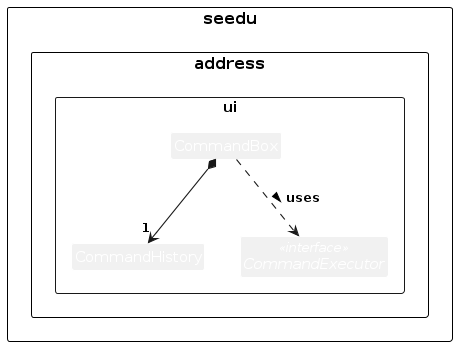
The PlantUML diagram diagrams/CommandHistoryClassDiagram.png in AY2627S1-CS2103-F10-1/tp, before a commit. Its source is kept beside it as diagrams/CommandHistoryClassDiagram.puml. The source it was exported from:
```plantuml
@startuml
!include style.puml
skinparam arrowThickness 1.1
skinparam classAttributeIconSize 0

package "seedu.address.ui" <<Rectangle>> {
    class CommandBox {
        -commandExecutor: CommandExecutor
        -history: CommandHistory
        -draft: Optional<String>
        -commandTextField: TextField
        -handleCommandEntered()
        -handleArrowNavigation(event: KeyEvent)
        -captureDraftIfStartingNavigation()
        -applyHistoryEntry(entry: String)
    }

    class CommandHistory {
        +MAX_ENTRIES: int
        -entries: List<String>
        -cursor: int
        +add(command: String)
        +previous(): Optional<String>
        +next(): Optional<String>
        +getEntries(): List<String>
        +getCursor(): int
    }

    interface CommandExecutor <<interface>> {
        +execute(commandText: String): CommandResult
    }
}

CommandBox *--> "1" CommandHistory
CommandBox ..> CommandExecutor : uses >
@enduml
```
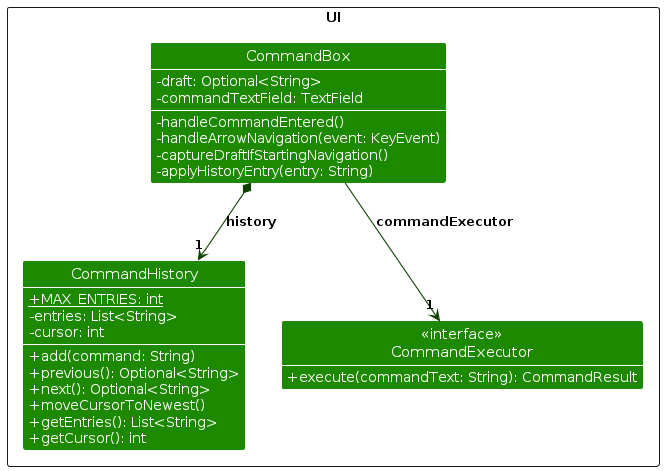
The same diagram one commit later.

What changed in the source:
```diff
@@ -1,36 +1,42 @@
 @startuml
 !include style.puml
 skinparam arrowThickness 1.1
+skinparam arrowColor UI_COLOR_T4
+skinparam classBackgroundColor UI_COLOR
+skinparam classAttributeFontColor #FFFFFF
 skinparam classAttributeIconSize 0
 
-package "seedu.address.ui" <<Rectangle>> {
-    class CommandBox {
-        -commandExecutor: CommandExecutor
-        -history: CommandHistory
-        -draft: Optional<String>
-        -commandTextField: TextField
-        -handleCommandEntered()
-        -handleArrowNavigation(event: KeyEvent)
-        -captureDraftIfStartingNavigation()
-        -applyHistoryEntry(entry: String)
-    }
-
-    class CommandHistory {
-        +MAX_ENTRIES: int
-        -entries: List<String>
-        -cursor: int
-        +add(command: String)
-        +previous(): Optional<String>
-        +next(): Optional<String>
-        +getEntries(): List<String>
-        +getCursor(): int
-    }
-
-    interface CommandExecutor <<interface>> {
-        +execute(commandText: String): CommandResult
-    }
+package UI <<Rectangle>> {
+Class CommandBox {
+    -draft: Optional<String>
+    -commandTextField: TextField
+    -handleCommandEntered()
+    -handleArrowNavigation(event: KeyEvent)
+    -captureDraftIfStartingNavigation()
+    -applyHistoryEntry(entry: String)
 }
 
-CommandBox *--> "1" CommandHistory
-CommandBox ..> CommandExecutor : uses >
+Class CommandHistory {
+    {static} +MAX_ENTRIES: int
+    -entries: List<String>
+    -cursor: int
+    +add(command: String)
+    +previous(): Optional<String>
+    +next(): Optional<String>
+    +moveCursorToNewest()
+    +getEntries(): List<String>
+    +getCursor(): int
+}
+
+Class "<<interface>>\nCommandExecutor" as CommandExecutor {
+    +execute(commandText: String): CommandResult
+}
+}
+
+show CommandBox members
+show CommandHistory members
+show CommandExecutor methods
+
+CommandBox *--> "1" CommandHistory : history
+CommandBox --> "1" CommandExecutor : commandExecutor
 @enduml
```
